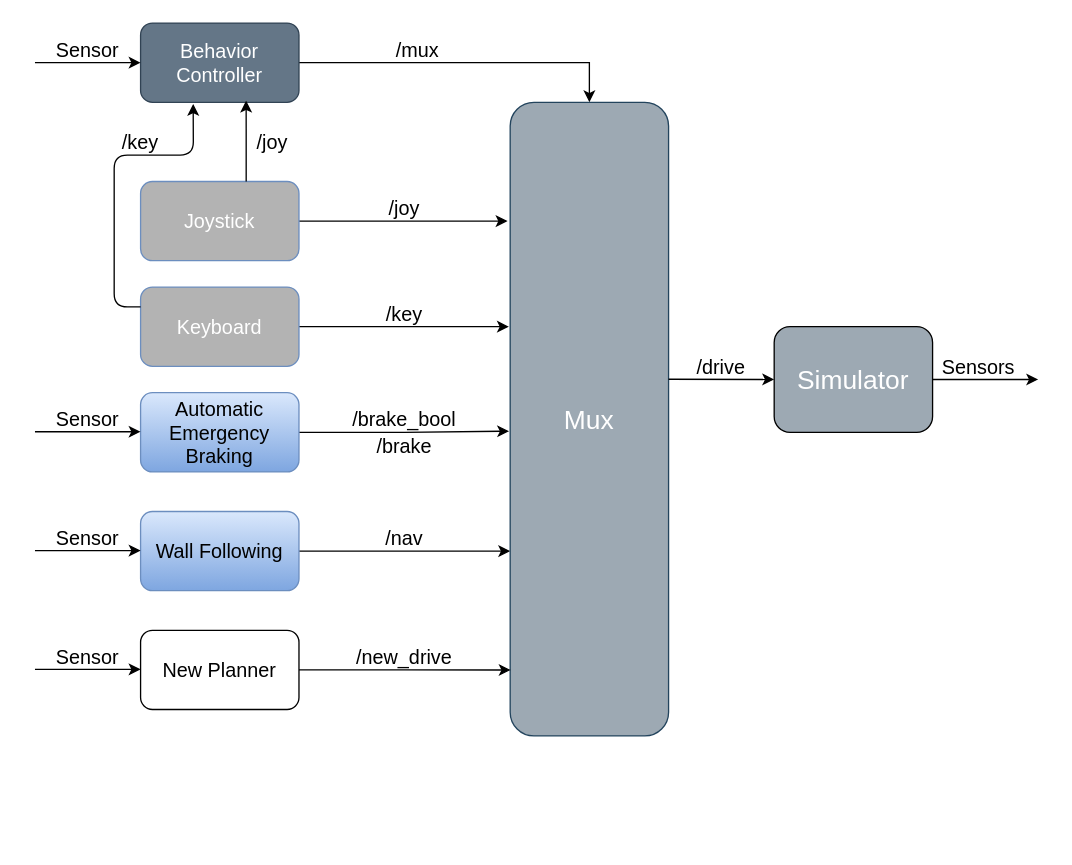
Dieptranivsr/f1tenth_labsdtt keeps this draw.io diagram as SimplifiedgraphofROSnodes.drawio. Above is the earlier version. Source tidied: cells renumbered, new cells numbered last; positions are measured from the earlier drawing's top-left corner, leaving out a move shared by most shapes. Both pictures are drawn from the tidied source at 132%, with x=0, y=0 at pixel (34, 22).
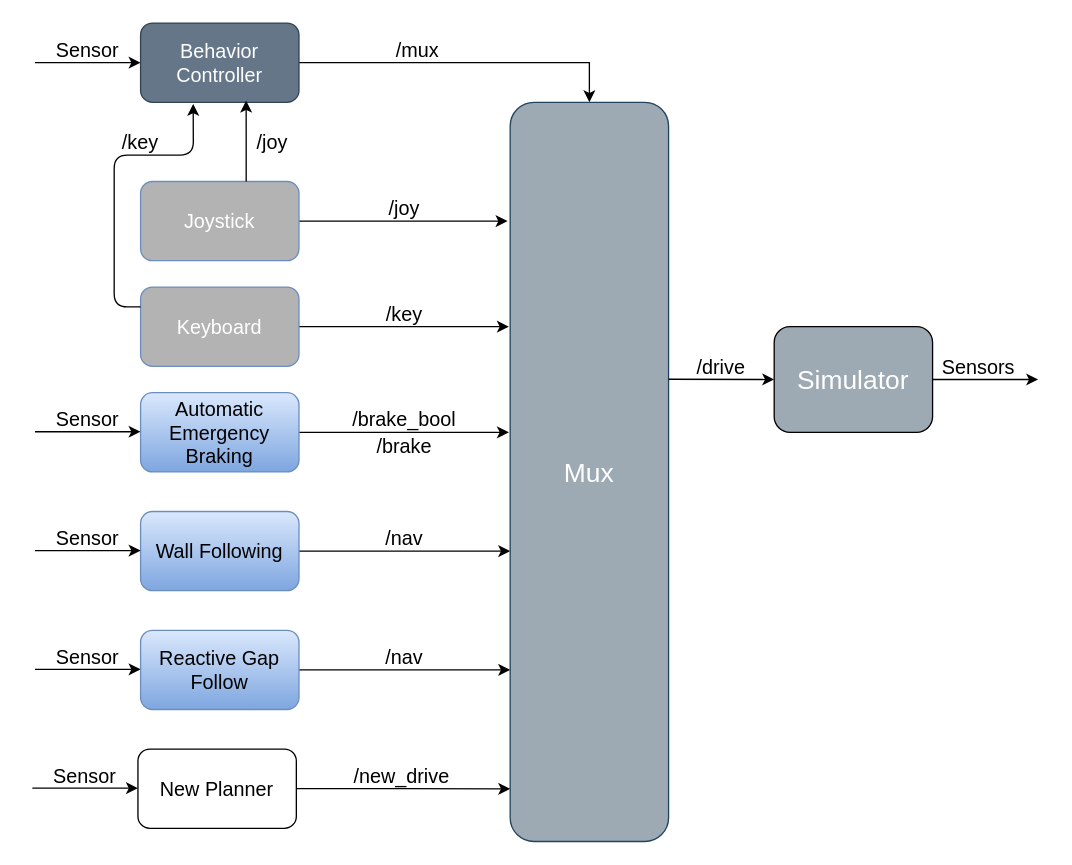
The same page after the edit.

Unchanged cells that the change refers to:
```xml
<mxCell id="9" value="Automatic Emergency&lt;br style=&quot;font-size: 15px;&quot;&gt;Braking" style="rounded=1;whiteSpace=wrap;html=1;fontSize=15;gradientColor=#7ea6e0;fillColor=#dae8fc;strokeColor=#6c8ebf;" parent="1" vertex="1">
  <mxGeometry x="80" y="280" width="120" height="60" as="geometry" />
</mxCell>
```

What changed in the source:
```diff
@@
-    <mxCell id="8" style="edgeStyle=orthogonalEdgeStyle;rounded=0;jettySize=auto;html=1;entryX=-0.007;entryY=0.519;entryDx=0;entryDy=0;entryPerimeter=0;fontSize=15;" parent="1" edge="1" source="9" target="19">
-      <mxGeometry relative="1" as="geometry" />
+    <mxCell id="8" style="edgeStyle=orthogonalEdgeStyle;rounded=0;jettySize=auto;html=1;fontSize=15;" parent="1" edge="1" source="9">
+      <mxGeometry relative="1" as="geometry">
+        <mxPoint x="359" y="310" as="targetPoint" />
+      </mxGeometry>
     </mxCell>
@@
     <mxCell id="19" value="&lt;font style=&quot;font-size: 20px&quot; color=&quot;#ffffff&quot;&gt;Mux&lt;/font&gt;" style="rounded=1;whiteSpace=wrap;html=1;strokeColor=#23445d;fillColor=#9DA9B3;fontSize=15;" parent="1" vertex="1">
-      <mxGeometry x="360" y="60" width="120" height="480" as="geometry" />
+      <mxGeometry x="360" y="60" width="120" height="560" as="geometry" />
     </mxCell>
@@
-    <mxCell id="34" style="edgeStyle=orthogonalEdgeStyle;rounded=0;jettySize=auto;html=1;entryX=0.003;entryY=0.896;entryDx=0;entryDy=0;entryPerimeter=0;fontSize=15;" parent="1" edge="1" source="35" target="19">
-      <mxGeometry relative="1" as="geometry" />
+    <mxCell id="34" style="edgeStyle=orthogonalEdgeStyle;rounded=0;orthogonalLoop=1;jettySize=auto;html=1;fontSize=15;" parent="1" edge="1">
+      <mxGeometry relative="1" as="geometry">
+        <mxPoint x="200" y="490" as="sourcePoint" />
+        <mxPoint x="360" y="490" as="targetPoint" />
+      </mxGeometry>
     </mxCell>
-    <mxCell id="35" value="New Planner" style="rounded=1;whiteSpace=wrap;html=1;fontSize=15;" parent="1" vertex="1">
-      <mxGeometry x="80" y="460" width="120" height="60" as="geometry" />
-    </mxCell>
@@
+    <mxCell id="39" style="edgeStyle=orthogonalEdgeStyle;rounded=0;jettySize=auto;html=1;entryX=0.017;entryY=0.768;entryDx=0;entryDy=0;entryPerimeter=0;fontSize=15;" parent="1" edge="1" source="35">
+      <mxGeometry relative="1" as="geometry">
+        <mxPoint x="360" y="580.1" as="targetPoint" />
+      </mxGeometry>
+    </mxCell>
+    <mxCell id="35" value="New Planner" style="rounded=1;whiteSpace=wrap;html=1;fontSize=15;" parent="1" vertex="1">
+      <mxGeometry x="78" y="550" width="120" height="60" as="geometry" />
+    </mxCell>
+    <mxCell id="40" style="endArrow=classic;html=1;entryX=0;entryY=0.5;entryDx=0;entryDy=0;fontSize=15;" parent="1" edge="1">
+      <mxGeometry relative="1" as="geometry">
+        <mxPoint x="-2" y="579.6" as="sourcePoint" />
+        <mxPoint x="78" y="579.6" as="targetPoint" />
+      </mxGeometry>
+    </mxCell>
+    <mxCell id="41" value="Sensor" style="text;html=1;strokeColor=none;fillColor=none;align=center;verticalAlign=middle;whiteSpace=wrap;rounded=0;fontSize=15;" parent="1" vertex="1">
+      <mxGeometry x="18" y="560" width="40" height="20" as="geometry" />
+    </mxCell>
     <mxCell id="38" value="/new_drive" style="text;html=1;strokeColor=none;fillColor=none;align=center;verticalAlign=middle;whiteSpace=wrap;rounded=0;fontSize=15;" parent="1" vertex="1">
-      <mxGeometry x="230" y="470" width="100" height="20" as="geometry" />
+      <mxGeometry x="228" y="560" width="100" height="20" as="geometry" />
     </mxCell>
+    <mxCell id="42" value="Reactive Gap&lt;br&gt;Follow" style="rounded=1;whiteSpace=wrap;html=1;fontSize=15;gradientColor=#7ea6e0;fillColor=#dae8fc;strokeColor=#6c8ebf;" parent="1" vertex="1">
+      <mxGeometry x="80" y="460" width="120" height="60" as="geometry" />
+    </mxCell>
+    <mxCell id="43" value="/nav" style="text;html=1;strokeColor=none;fillColor=none;align=center;verticalAlign=middle;whiteSpace=wrap;rounded=0;fontSize=15;" parent="1" vertex="1">
+      <mxGeometry x="255" y="470" width="50" height="20" as="geometry" />
+    </mxCell>
```
